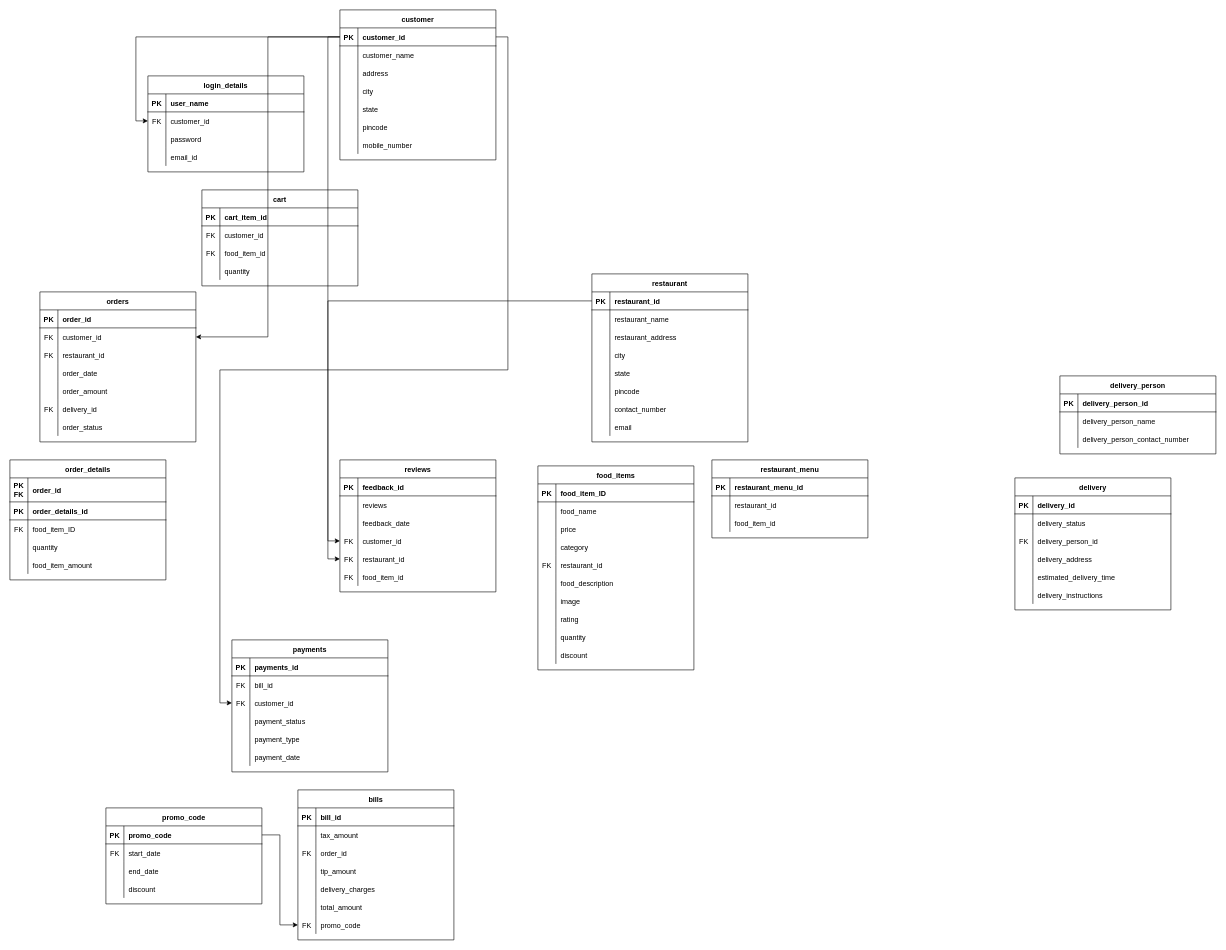
Earlier version of the draw.io diagram eatophilia.drawio (SHARUQ007/eatophilia). Source tidied: cells renumbered, new cells numbered last; positions are measured from the earlier drawing's top-left corner, leaving out a move shared by most shapes. Both pictures are drawn from the tidied source at 60%, with x=0, y=0 at pixel (10, 10).
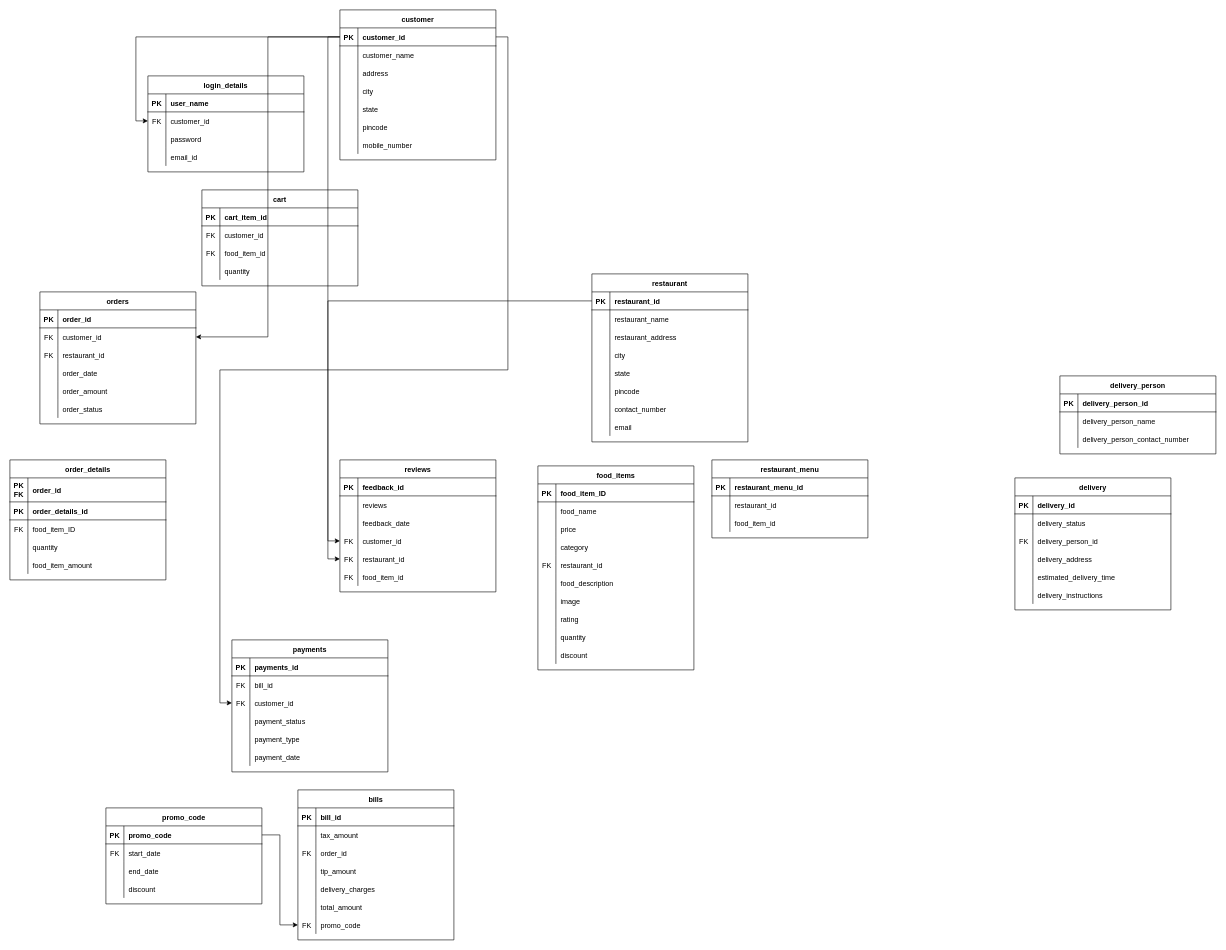
After the change.

Diff of the diagram source:
```diff
@@
     <mxCell id="103" value="orders" style="shape=table;startSize=30;childLayout=tableLayout;rowLines=0;fontStyle=1;align=center;" parent="1" vertex="1">
-      <mxGeometry x="50" y="470" width="260" height="250" as="geometry" />
+      <mxGeometry x="50" y="470" width="260" height="220" as="geometry" />
     </mxCell>
@@
-    <mxCell id="119" style="shape=partialRectangle;fillColor=none;top=0;left=0;right=0;bottom=0;" parent="103" vertex="1">
-      <mxGeometry y="180" width="260" height="30" as="geometry" />
-    </mxCell>
-    <mxCell id="120" value="FK" style="shape=partialRectangle;overflow=hidden;fillColor=none;top=0;left=0;bottom=0;right=0;" parent="119" vertex="1">
-      <mxGeometry width="30" height="30" as="geometry" />
-    </mxCell>
-    <mxCell id="121" value="delivery_id" style="shape=partialRectangle;overflow=hidden;fillColor=none;top=0;left=0;bottom=0;right=0;align=left;spacingLeft=6;" parent="119" vertex="1">
-      <mxGeometry x="30" width="230" height="30" as="geometry" />
-    </mxCell>
     <mxCell id="122" style="shape=partialRectangle;fillColor=none;top=0;left=0;right=0;bottom=0;" parent="103" vertex="1">
-      <mxGeometry y="210" width="260" height="30" as="geometry" />
+      <mxGeometry y="180" width="260" height="30" as="geometry" />
     </mxCell>
```
